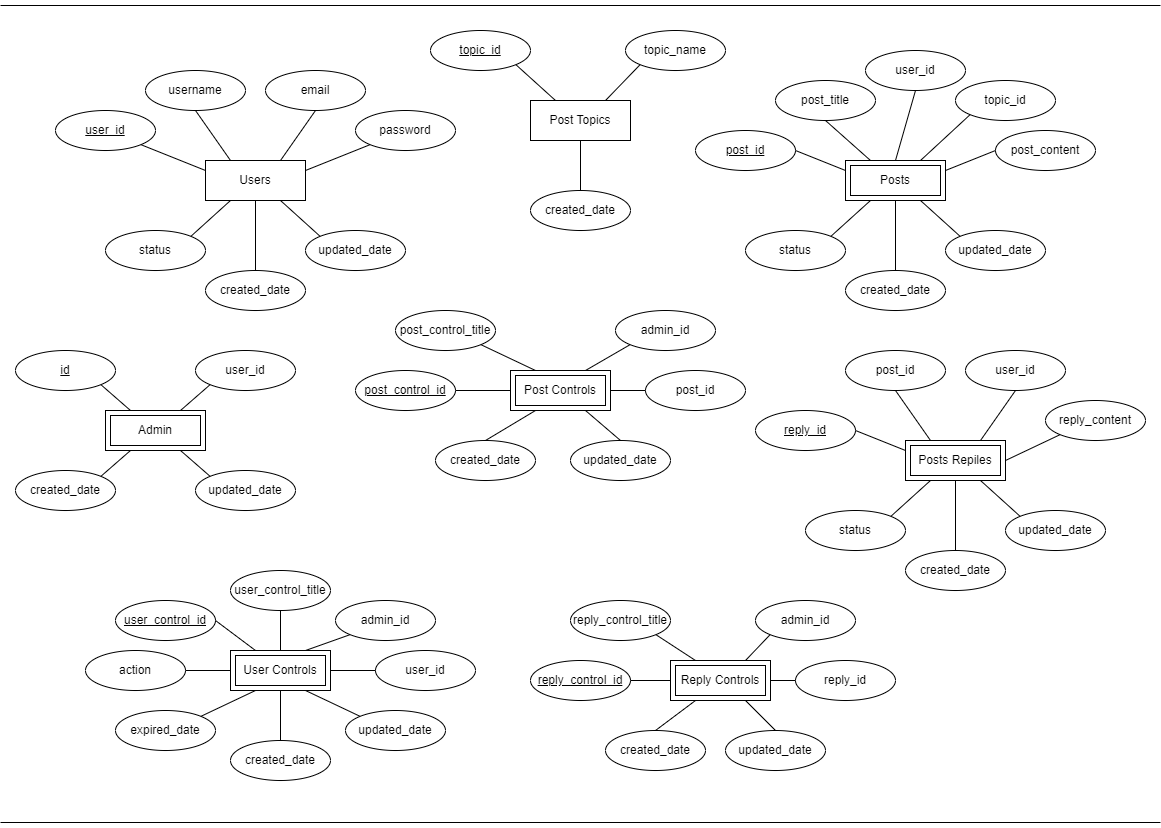
This is er-model.dio.png from akikungz/database_project, a draw.io export, as it was before one commit. Source tidied: cells renumbered, new cells last; positions are measured from the earlier drawing's top-left corner, leaving out a move shared by most shapes.
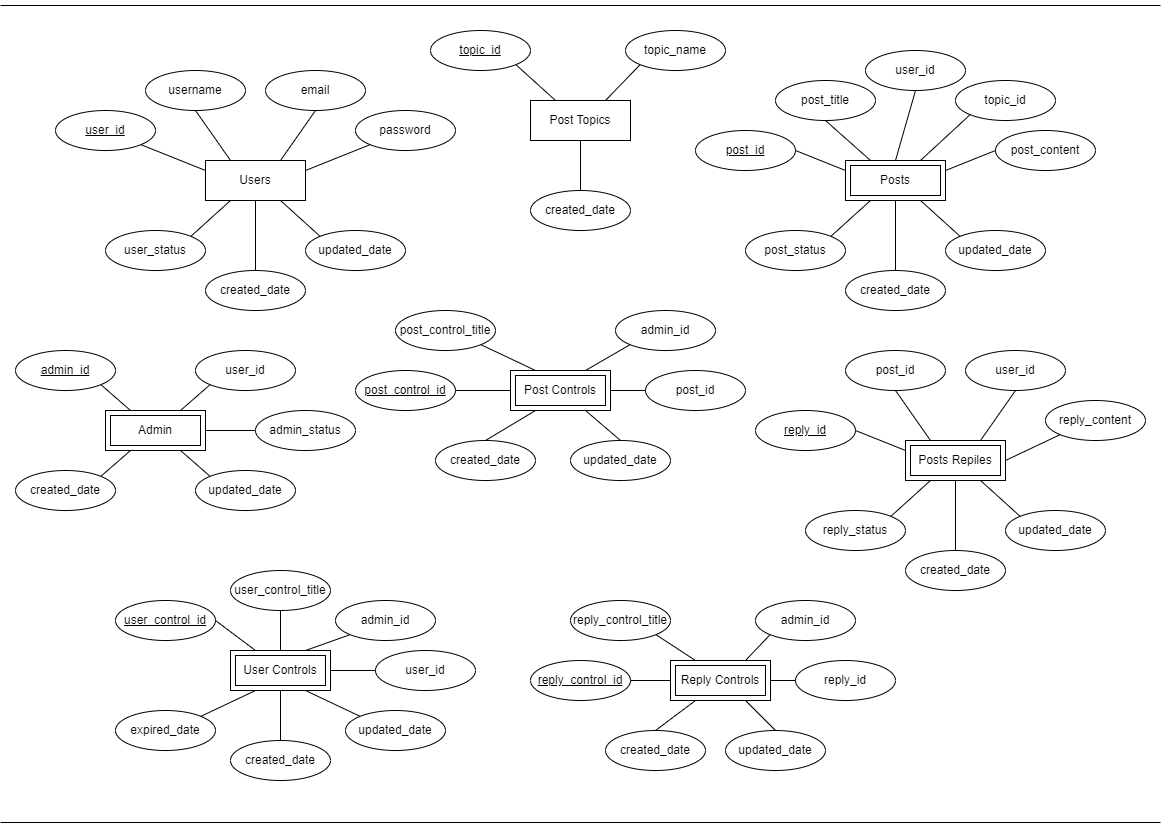
The same file after the commit.

Commit message:
Update ER model diagram

Change to the diagram source:
```diff
@@ -17,7 +17,7 @@
     <mxCell id="6" value="password" style="ellipse;whiteSpace=wrap;html=1;align=center;" parent="1" vertex="1">
       <mxGeometry x="355" y="110" width="100" height="40" as="geometry" />
     </mxCell>
-    <mxCell id="7" value="status" style="ellipse;whiteSpace=wrap;html=1;align=center;" parent="1" vertex="1">
+    <mxCell id="7" value="user_status" style="ellipse;whiteSpace=wrap;html=1;align=center;" parent="1" vertex="1">
       <mxGeometry x="105" y="230" width="100" height="40" as="geometry" />
     </mxCell>
     <mxCell id="8" value="created_date" style="ellipse;whiteSpace=wrap;html=1;align=center;" parent="1" vertex="1">
@@ -59,7 +59,7 @@
     <mxCell id="20" value="post_id" style="ellipse;whiteSpace=wrap;html=1;align=center;fontStyle=4;" parent="1" vertex="1">
       <mxGeometry x="695" y="130" width="100" height="40" as="geometry" />
     </mxCell>
-    <mxCell id="21" value="status" style="ellipse;whiteSpace=wrap;html=1;align=center;" parent="1" vertex="1">
+    <mxCell id="21" value="post_status" style="ellipse;whiteSpace=wrap;html=1;align=center;" parent="1" vertex="1">
       <mxGeometry x="745" y="230" width="100" height="40" as="geometry" />
     </mxCell>
     <mxCell id="22" value="created_date" style="ellipse;whiteSpace=wrap;html=1;align=center;" parent="1" vertex="1">
@@ -113,7 +113,7 @@
     <mxCell id="38" value="reply_id" style="ellipse;whiteSpace=wrap;html=1;align=center;fontStyle=4;" parent="1" vertex="1">
       <mxGeometry x="755" y="410" width="100" height="40" as="geometry" />
     </mxCell>
-    <mxCell id="39" value="status" style="ellipse;whiteSpace=wrap;html=1;align=center;" parent="1" vertex="1">
+    <mxCell id="39" value="reply_status" style="ellipse;whiteSpace=wrap;html=1;align=center;" parent="1" vertex="1">
       <mxGeometry x="805" y="510" width="100" height="40" as="geometry" />
     </mxCell>
     <mxCell id="40" value="created_date" style="ellipse;whiteSpace=wrap;html=1;align=center;" parent="1" vertex="1">
@@ -155,7 +155,7 @@
     <mxCell id="52" value="Admin" style="shape=ext;margin=3;double=1;whiteSpace=wrap;html=1;align=center;" parent="1" vertex="1">
       <mxGeometry x="105" y="410" width="100" height="40" as="geometry" />
     </mxCell>
-    <mxCell id="53" value="id" style="ellipse;whiteSpace=wrap;html=1;align=center;fontStyle=4;" parent="1" vertex="1">
+    <mxCell id="53" value="admin_id" style="ellipse;whiteSpace=wrap;html=1;align=center;fontStyle=4;" parent="1" vertex="1">
       <mxGeometry x="15" y="350" width="100" height="40" as="geometry" />
     </mxCell>
     <mxCell id="54" value="created_date" style="ellipse;whiteSpace=wrap;html=1;align=center;" parent="1" vertex="1">
@@ -314,17 +314,17 @@
     <mxCell id="105" style="endArrow=none;html=1;rounded=0;entryX=0.5;entryY=1;entryDx=0;entryDy=0;exitX=0.5;exitY=0;exitDx=0;exitDy=0;" parent="1" edge="1" source="95" target="93">
       <mxGeometry relative="1" as="geometry" />
     </mxCell>
-    <mxCell id="106" value="action" style="ellipse;whiteSpace=wrap;html=1;align=center;" parent="1" vertex="1">
-      <mxGeometry x="85" y="650" width="100" height="40" as="geometry" />
-    </mxCell>
     <mxCell id="107" value="expired_date" style="ellipse;whiteSpace=wrap;html=1;align=center;" parent="1" vertex="1">
       <mxGeometry x="115" y="710" width="100" height="40" as="geometry" />
     </mxCell>
     <mxCell id="108" style="endArrow=none;html=1;rounded=0;entryX=0.25;entryY=1;entryDx=0;entryDy=0;exitX=1;exitY=0;exitDx=0;exitDy=0;" parent="1" edge="1" source="107" target="93">
       <mxGeometry relative="1" as="geometry" />
     </mxCell>
-    <mxCell id="109" style="endArrow=none;html=1;rounded=0;entryX=0;entryY=0.5;entryDx=0;entryDy=0;exitX=1;exitY=0.5;exitDx=0;exitDy=0;" parent="1" edge="1" source="106" target="93">
-      <mxGeometry relative="1" as="geometry" />
-    </mxCell>
+    <mxCell id="110" style="endArrow=none;html=1;rounded=0;exitX=0;exitY=0.5;exitDx=0;exitDy=0;entryX=1;entryY=0.5;entryDx=0;entryDy=0;" parent="1" edge="1" source="111" target="52">
+      <mxGeometry relative="1" as="geometry" />
+    </mxCell>
+    <mxCell id="111" value="admin_status" style="ellipse;whiteSpace=wrap;html=1;align=center;" parent="1" vertex="1">
+      <mxGeometry x="255" y="410" width="100" height="40" as="geometry" />
+    </mxCell>
   </root>
 </mxGraphModel>
```
